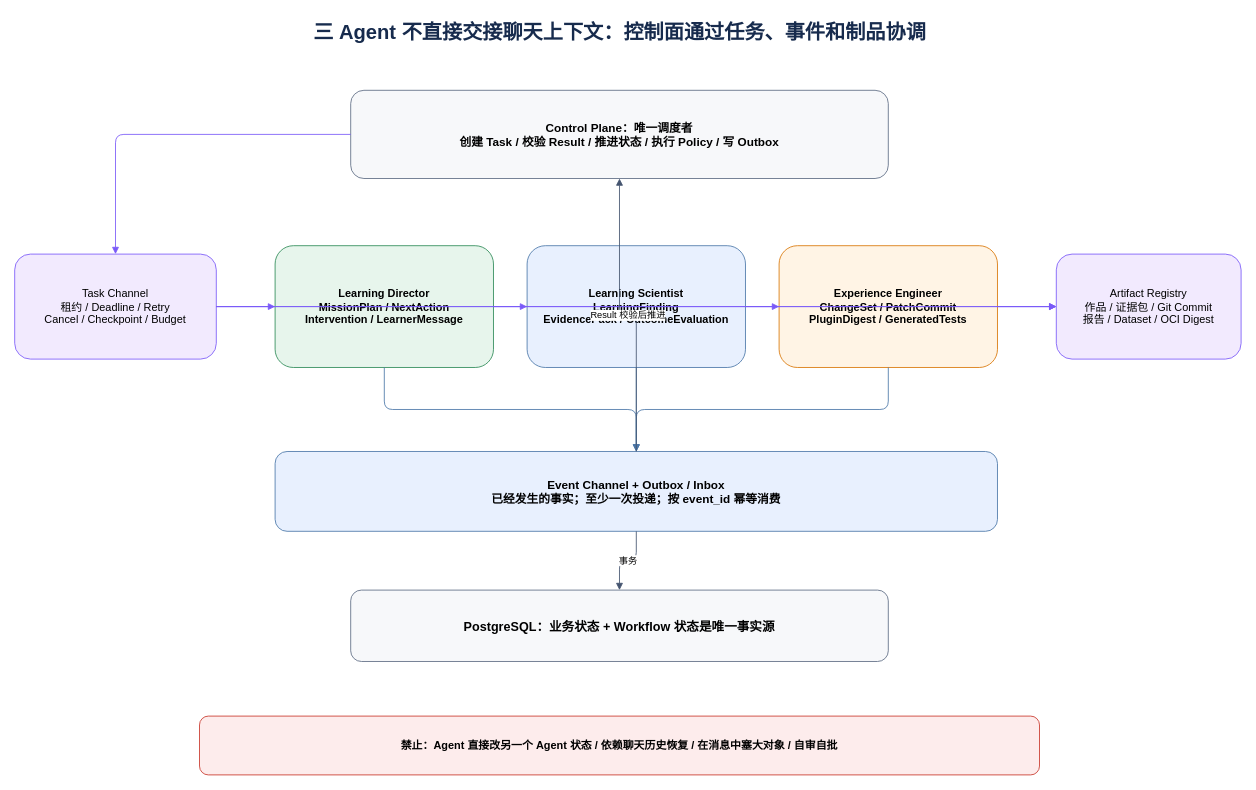
The draw.io diagram page "02-三Agent职责与通信" (2 of 8) of FireFly-QuestLab-目标架构-v3.drawio in Qfish-417/Firefly, before the edit. Source tidied: cells renumbered, new cells numbered last; positions are measured from the earlier drawing's top-left corner, leaving out a move shared by most shapes. Both pictures are drawn from the tidied source at 84%, with x=0, y=0 at pixel (14, 14).
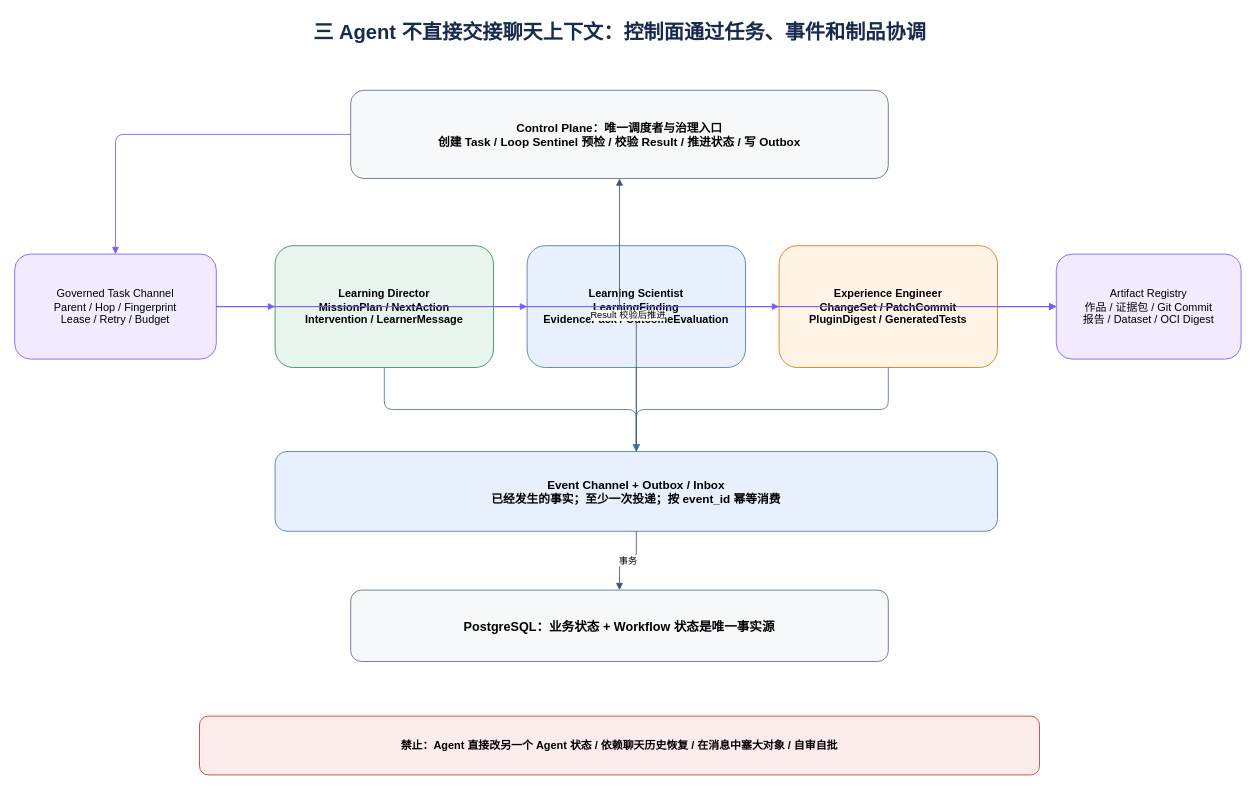
After the change.

The edit, as a diff of the source:
```diff
@@
-    <mxCell id="3" value="Control Plane：唯一调度者&#10;创建 Task / 校验 Result / 推进状态 / 执行 Policy / 写 Outbox" style="rounded=1;whiteSpace=wrap;html=1;fillColor=#F7F8FA;strokeColor=#5E6C84;fontSize=14;fontStyle=1;" parent="1" vertex="1">
+    <mxCell id="3" value="Control Plane：唯一调度者与治理入口&#10;创建 Task / Loop Sentinel 预检 / 校验 Result / 推进状态 / 写 Outbox" style="rounded=1;whiteSpace=wrap;html=1;fillColor=#F7F8FA;strokeColor=#5E6C84;fontSize=14;fontStyle=1;" parent="1" vertex="1">
       <mxGeometry x="400" y="90" width="640" height="105" as="geometry" />
     </mxCell>
-    <mxCell id="4" value="Task Channel&#10;租约 / Deadline / Retry&#10;Cancel / Checkpoint / Budget" style="rounded=1;whiteSpace=wrap;html=1;fillColor=#F2EAFE;strokeColor=#7A5AF8;fontSize=13;" parent="1" vertex="1">
+    <mxCell id="4" value="Governed Task Channel&#10;Parent / Hop / Fingerprint&#10;Lease / Retry / Budget" style="rounded=1;whiteSpace=wrap;html=1;fillColor=#F2EAFE;strokeColor=#7A5AF8;fontSize=13;" parent="1" vertex="1">
       <mxGeometry y="285" width="240" height="125" as="geometry" />
     </mxCell>
```
